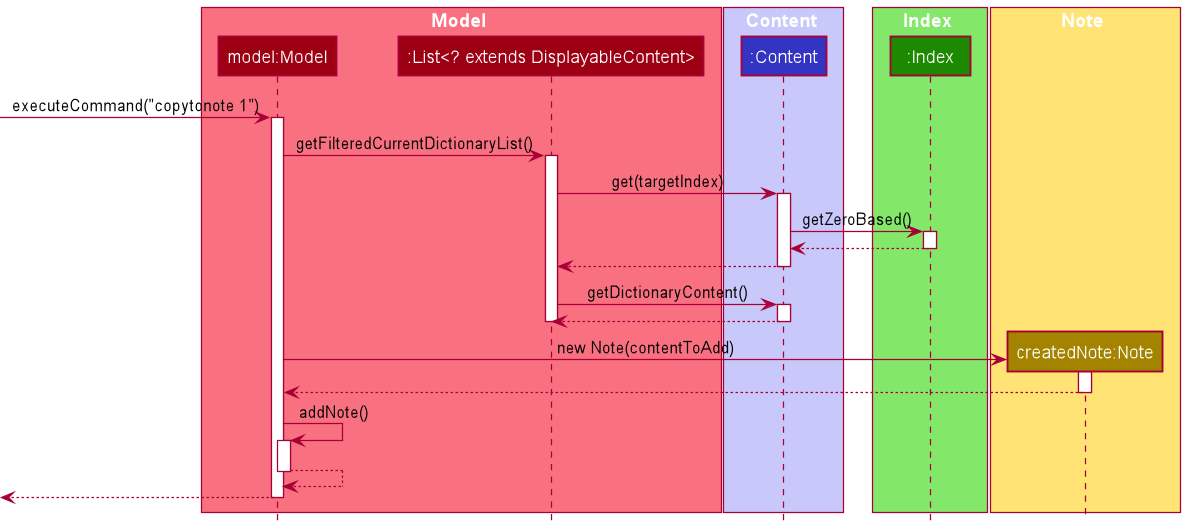
nus-cs2103-AY2021S2/tp keeps this PlantUML diagram as docs/images/CopyToNoteDiagram.png. Above is the earlier version. Its diagram source:
```plantuml
@startuml
!include style.puml

box Model MODEL_COLOR_T1
participant "model:Model" as Model MODEL_COLOR
participant ":List<? extends DisplayableContent>" as List MODEL_COLOR
end box

box Content LOGIC_COLOR_T1
participant ":Content" as ContentObj LOGIC_COLOR
end box

box Index UI_COLOR_T1
participant ":Index" as Index UI_COLOR
end box

box Note STORAGE_COLOR_T1
participant "createdNote:Note" as Note STORAGE_COLOR
end box


[-> Model: executeCommand("copytonote 1")
activate Model

Model -> List : getFilteredCurrentDictionaryList()
activate List

List -> ContentObj : get(targetIndex)
activate ContentObj

ContentObj -> Index : getZeroBased()
activate Index
Index --> ContentObj
deactivate Index
ContentObj --> List
deactivate ContentObj
List -> ContentObj : getDictionaryContent()
activate ContentObj
ContentObj --> List
deactivate ContentObj
deactivate List

create Note
Model -> Note : new Note(contentToAdd)
activate Note

Note --> Model
deactivate Note

Model -> Model: addNote()
activate Model
Model --> Model
deactivate Model

[<--Model
deactivate Model
@enduml
```
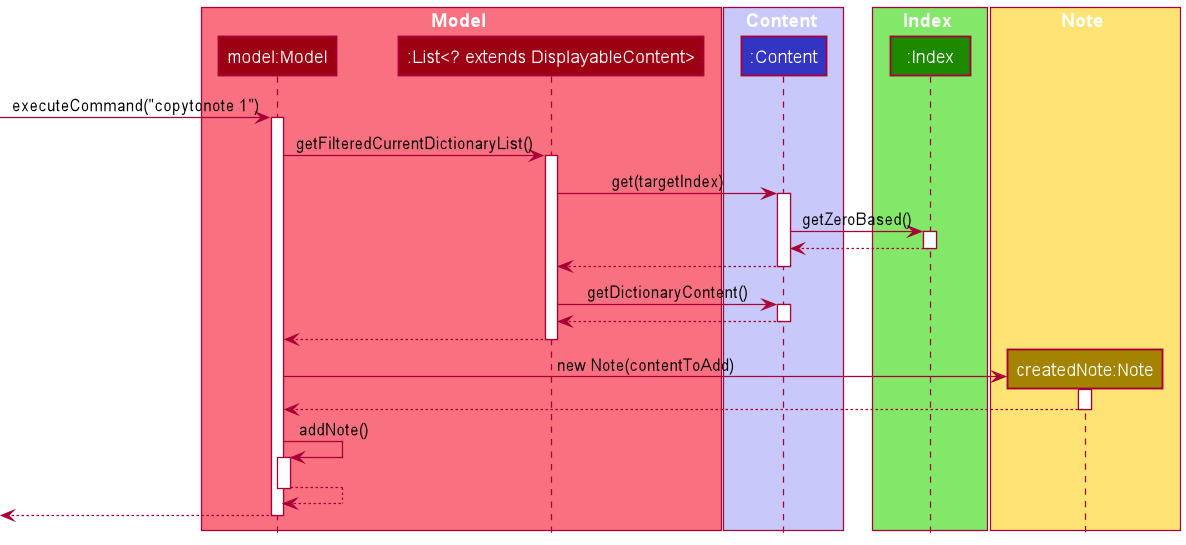
After the change.

Commit message:
Update UML diagram

Change to the diagram source:
```diff
@@ -38,6 +38,7 @@
 activate ContentObj
 ContentObj --> List
 deactivate ContentObj
+List --> Model
 deactivate List
 
 create Note
```
